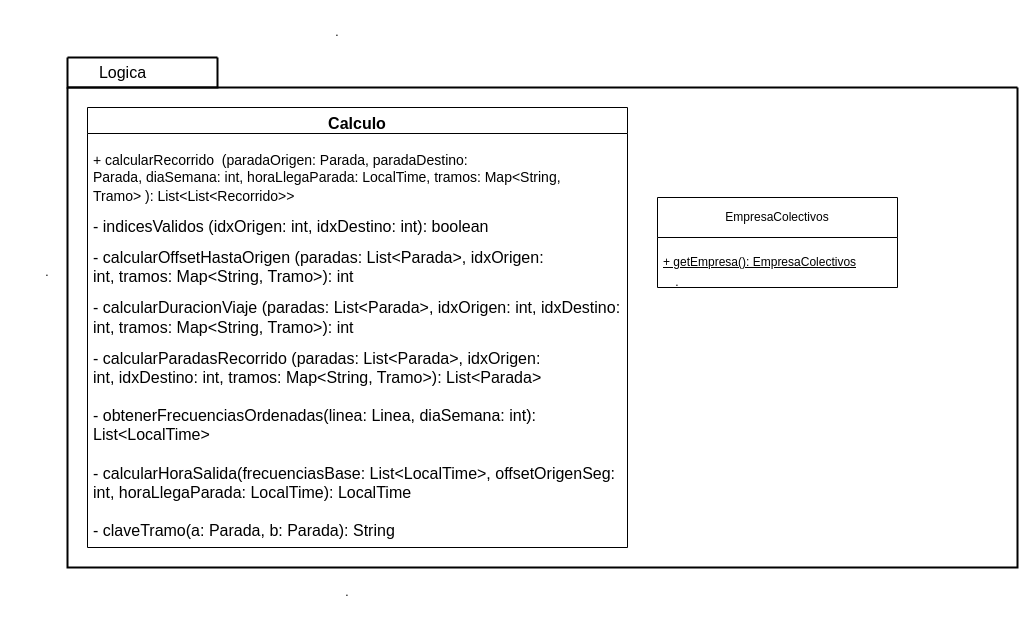
Above: src/colectivo/doc/uml/drawio/colectivo.logica.drawio in AverageZeko/POO-colectivos (draw.io), before the change. Source tidied: cells renumbered, new cells numbered last; positions are measured from the earlier drawing's top-left corner, leaving out a move shared by most shapes. Both pictures are drawn from the tidied source at 100%, with x=0, y=0 at pixel (17, 17).
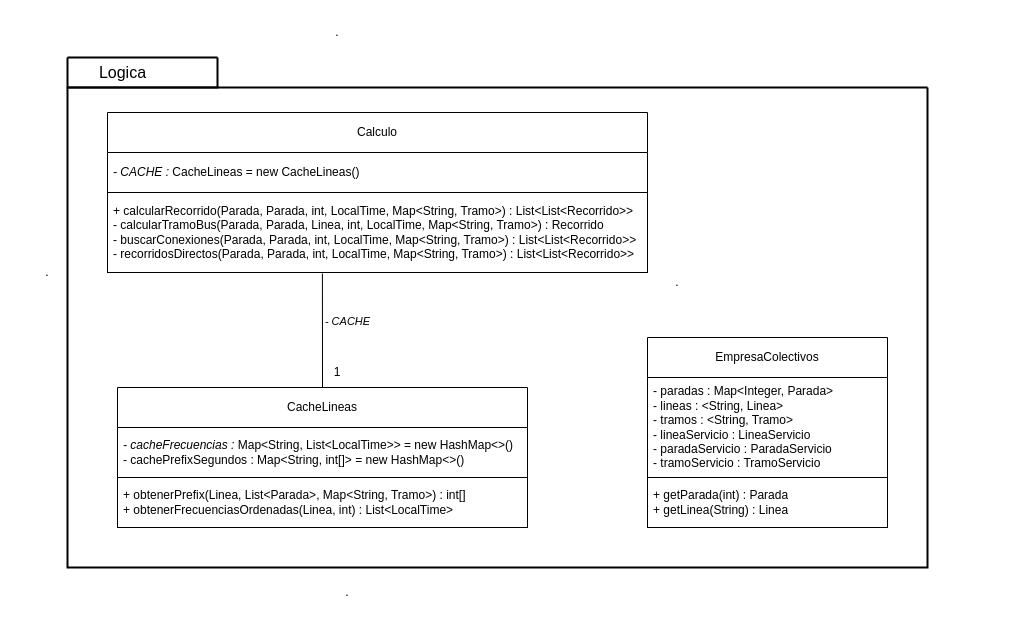
Above is the later version.

The edit, as a diff of the source:
```diff
@@
     <mxCell id="2" style="swimlane;startSize=0;align=center;strokeWidth=2;" parent="1" vertex="1">
-      <mxGeometry x="50" y="70" width="950" height="480" as="geometry" />
+      <mxGeometry x="50" y="70" width="860" height="480" as="geometry" />
     </mxCell>
     <mxCell id="3" value="EmpresaColectivos" style="swimlane;fontStyle=0;horizontal=1;startSize=40;whiteSpace=wrap;html=1;" parent="2" vertex="1">
-      <mxGeometry x="590" y="110" width="240" height="90" as="geometry" />
+      <mxGeometry x="580" y="250" width="240" height="190" as="geometry" />
     </mxCell>
+    <mxCell id="13" value="&lt;div&gt;- paradas : Map&amp;lt;Integer, Parada&amp;gt;&lt;/div&gt;&lt;div&gt;- lineas : &amp;lt;String, Linea&amp;gt;&lt;/div&gt;&lt;div&gt;- tramos : &amp;lt;String, Tramo&amp;gt;&lt;/div&gt;&lt;div&gt;- lineaServicio : LineaServicio&lt;/div&gt;&lt;div&gt;- paradaServicio : ParadaServicio&lt;/div&gt;&lt;div&gt;- tramoServicio : TramoServicio&lt;/div&gt;" style="text;strokeColor=none;fillColor=none;align=left;verticalAlign=middle;spacingLeft=4;spacingRight=4;overflow=hidden;whiteSpace=wrap;html=1;" parent="3" vertex="1">
+      <mxGeometry y="40" width="240" height="100" as="geometry" />
+    </mxCell>
-    <mxCell id="4" value="&lt;div&gt;&lt;u&gt;+ getEmpresa(): EmpresaColectivos&lt;/u&gt;&lt;/div&gt;" style="text;strokeColor=none;fillColor=none;align=left;verticalAlign=middle;spacingLeft=4;spacingRight=4;overflow=hidden;whiteSpace=wrap;html=1;" parent="3" vertex="1">
-      <mxGeometry y="40" width="240" height="50" as="geometry" />
+    <mxCell id="4" value="&lt;div&gt;+ getParada(int) : Parada&lt;/div&gt;&lt;div&gt;+ getLinea(String) : Linea&lt;/div&gt;" style="text;strokeColor=default;fillColor=none;align=left;verticalAlign=middle;spacingLeft=4;spacingRight=4;overflow=hidden;whiteSpace=wrap;html=1;" parent="3" vertex="1">
+      <mxGeometry y="140" width="240" height="50" as="geometry" />
     </mxCell>
+    <mxCell id="7" value="Calculo" style="swimlane;fontStyle=0;horizontal=1;startSize=40;whiteSpace=wrap;html=1;" parent="2" vertex="1">
+      <mxGeometry x="40" y="25" width="540" height="160" as="geometry" />
+    </mxCell>
+    <mxCell id="14" value="&lt;i&gt;- CACHE :&amp;nbsp;&lt;/i&gt;CacheLineas = new CacheLineas()" style="text;strokeColor=none;fillColor=none;align=left;verticalAlign=middle;spacingLeft=4;spacingRight=4;overflow=hidden;whiteSpace=wrap;html=1;" parent="7" vertex="1">
+      <mxGeometry y="40" width="540" height="40" as="geometry" />
+    </mxCell>
+    <mxCell id="15" value="&lt;div&gt;+ calcularRecorrido(Parada, Parada, int, LocalTime, Map&amp;lt;String, Tramo&amp;gt;) : List&amp;lt;List&amp;lt;Recorrido&amp;gt;&amp;gt;&lt;/div&gt;&lt;div&gt;- calcularTramoBus(Parada, Parada, Linea, int, LocalTime, Map&amp;lt;String, Tramo&amp;gt;) : Recorrido&lt;/div&gt;&lt;div&gt;- buscarConexiones(Parada, Parada, int, LocalTime, Map&amp;lt;String, Tramo&amp;gt;) : List&amp;lt;List&amp;lt;Recorrido&amp;gt;&amp;gt;&lt;/div&gt;&lt;div&gt;- recorridosDirectos(Parada, Parada, int, LocalTime, Map&amp;lt;String, Tramo&amp;gt;) :&amp;nbsp;List&amp;lt;List&amp;lt;Recorrido&amp;gt;&amp;gt;&lt;/div&gt;" style="text;strokeColor=default;fillColor=none;align=left;verticalAlign=middle;spacingLeft=4;spacingRight=4;overflow=hidden;points=[[0,0.5],[1,0.5]];portConstraint=eastwest;whiteSpace=wrap;html=1;" parent="7" vertex="1">
+      <mxGeometry y="80" width="540" height="80" as="geometry" />
+    </mxCell>
+    <mxCell id="16" value="CacheLineas" style="swimlane;fontStyle=0;horizontal=1;startSize=40;whiteSpace=wrap;html=1;" parent="2" vertex="1">
+      <mxGeometry x="50" y="300" width="410" height="140" as="geometry" />
+    </mxCell>
+    <mxCell id="17" value="&lt;div&gt;&lt;i&gt;- cacheFrecuencias :&amp;nbsp;&lt;/i&gt;Map&amp;lt;String, List&amp;lt;LocalTime&amp;gt;&amp;gt; = new HashMap&amp;lt;&amp;gt;()&lt;/div&gt;&lt;div&gt;- cachePrefixSegundos : Map&amp;lt;String, int[]&amp;gt;&amp;nbsp;= new HashMap&amp;lt;&amp;gt;()&lt;/div&gt;" style="text;strokeColor=none;fillColor=none;align=left;verticalAlign=middle;spacingLeft=4;spacingRight=4;overflow=hidden;whiteSpace=wrap;html=1;" parent="16" vertex="1">
+      <mxGeometry y="40" width="410" height="50" as="geometry" />
+    </mxCell>
+    <mxCell id="18" value="&lt;div&gt;+ obtenerPrefix(Linea, List&amp;lt;Parada&amp;gt;, Map&amp;lt;String, Tramo&amp;gt;) : int[]&lt;/div&gt;&lt;div&gt;+ obtenerFrecuenciasOrdenadas(Linea, int) : List&amp;lt;LocalTime&amp;gt;&lt;/div&gt;" style="text;strokeColor=default;fillColor=none;align=left;verticalAlign=middle;spacingLeft=4;spacingRight=4;overflow=hidden;whiteSpace=wrap;html=1;" parent="16" vertex="1">
+      <mxGeometry y="90" width="410" height="50" as="geometry" />
+    </mxCell>
+    <mxCell id="19" style="endArrow=none;html=1;rounded=0;exitX=0.5;exitY=0;exitDx=0;exitDy=0;entryX=0.398;entryY=1.013;entryDx=0;entryDy=0;entryPerimeter=0;endFill=0;" parent="2" edge="1" source="16" target="15">
+      <mxGeometry relative="1" as="geometry" />
+    </mxCell>
+    <mxCell id="20" value="&lt;i&gt;- CACHE&lt;/i&gt;" style="edgeLabel;html=1;align=center;verticalAlign=middle;" parent="19" vertex="1">
+      <mxGeometry x="0.16" y="-2" relative="1" as="geometry">
+        <mxPoint x="23" as="offset" />
+      </mxGeometry>
+    </mxCell>
@@
-    <mxCell id="7" value="&lt;font style=&quot;font-size: 16px;&quot;&gt;Calculo&lt;/font&gt;" style="swimlane;fontStyle=1;align=center;verticalAlign=top;horizontal=1;startSize=26;whiteSpace=wrap;html=1;" parent="1" vertex="1">
-      <mxGeometry x="70" y="90" width="540" height="440" as="geometry" />
-    </mxCell>
-    <mxCell id="8" value="&lt;p class=&quot;MsoNormal&quot;&gt;&lt;font style=&quot;font-size: 14px;&quot;&gt;+ calcularRecorrido&amp;nbsp; (paradaOrigen: Parada, paradaDestino:&lt;br&gt;Parada, diaSemana: int, horaLlegaParada: LocalTime, tramos: Map&amp;lt;String,&lt;br&gt;Tramo&amp;gt; ): List&amp;lt;List&amp;lt;Recorrido&amp;gt;&amp;gt;&amp;nbsp;&lt;/font&gt;&lt;font size=&quot;3&quot;&gt;&lt;br&gt;&lt;/font&gt;&lt;/p&gt;&lt;p class=&quot;MsoNormal&quot;&gt;&lt;font size=&quot;3&quot;&gt;- indicesValidos (&lt;span style=&quot;background-color: transparent; color: light-dark(rgb(0, 0, 0), rgb(255, 255, 255));&quot;&gt;idxOrigen: int,&amp;nbsp;&lt;/span&gt;&lt;span style=&quot;background-color: transparent; color: light-dark(rgb(0, 0, 0), rgb(255, 255, 255));&quot;&gt;idxDestino: int&lt;/span&gt;&lt;span style=&quot;background-color: transparent; color: light-dark(rgb(0, 0, 0), rgb(255, 255, 255));&quot;&gt;): boolean&lt;/span&gt;&lt;/font&gt;&lt;/p&gt;&lt;p class=&quot;MsoNormal&quot;&gt;&lt;font size=&quot;3&quot;&gt;- calcularOffsetHastaOrigen (&lt;span style=&quot;background-color: transparent; color: light-dark(rgb(0, 0, 0), rgb(255, 255, 255));&quot;&gt;paradas: List&amp;lt;Parada&amp;gt;,&amp;nbsp;&lt;/span&gt;&lt;span style=&quot;background-color: transparent; color: light-dark(rgb(0, 0, 0), rgb(255, 255, 255));&quot;&gt;idxOrigen: int,&amp;nbsp;&lt;/span&gt;&lt;span style=&quot;background-color: transparent; color: light-dark(rgb(0, 0, 0), rgb(255, 255, 255));&quot;&gt;tramos: Map&amp;lt;String, Tramo&amp;gt;&lt;/span&gt;&lt;span style=&quot;background-color: transparent; color: light-dark(rgb(0, 0, 0), rgb(255, 255, 255));&quot;&gt;): int&lt;/span&gt;&lt;span style=&quot;background-color: transparent; color: light-dark(rgb(0, 0, 0), rgb(255, 255, 255));&quot;&gt;&amp;nbsp;&lt;/span&gt;&lt;/font&gt;&lt;/p&gt;&lt;p class=&quot;MsoNormal&quot;&gt;&lt;font size=&quot;3&quot;&gt;- calcularDuracionViaje (&lt;span style=&quot;background-color: transparent; color: light-dark(rgb(0, 0, 0), rgb(255, 255, 255));&quot;&gt;paradas: List&amp;lt;Parada&amp;gt;,&amp;nbsp;&lt;/span&gt;&lt;span style=&quot;background-color: transparent; color: light-dark(rgb(0, 0, 0), rgb(255, 255, 255));&quot;&gt;idxOrigen: int,&amp;nbsp;&lt;/span&gt;&lt;span style=&quot;background-color: transparent; color: light-dark(rgb(0, 0, 0), rgb(255, 255, 255));&quot;&gt;idxDestino: int,&amp;nbsp;&lt;/span&gt;&lt;span style=&quot;background-color: transparent; color: light-dark(rgb(0, 0, 0), rgb(255, 255, 255));&quot;&gt;tramos: Map&amp;lt;String, Tramo&amp;gt;&lt;/span&gt;&lt;span style=&quot;background-color: transparent; color: light-dark(rgb(0, 0, 0), rgb(255, 255, 255));&quot;&gt;): int&lt;/span&gt;&lt;/font&gt;&lt;/p&gt;&lt;div&gt;&lt;div&gt;&lt;font size=&quot;3&quot;&gt;- calcularParadasRecorrido (&lt;span style=&quot;background-color: transparent; color: light-dark(rgb(0, 0, 0), rgb(255, 255, 255));&quot;&gt;paradas: List&amp;lt;Parada&amp;gt;,&amp;nbsp;&lt;/span&gt;&lt;span style=&quot;background-color: transparent; color: light-dark(rgb(0, 0, 0), rgb(255, 255, 255));&quot;&gt;idxOrigen: int,&amp;nbsp;&lt;/span&gt;&lt;span style=&quot;background-color: transparent; color: light-dark(rgb(0, 0, 0), rgb(255, 255, 255));&quot;&gt;idxDestino: int,&amp;nbsp;&lt;/span&gt;&lt;span style=&quot;background-color: transparent; color: light-dark(rgb(0, 0, 0), rgb(255, 255, 255));&quot;&gt;tramos: Map&amp;lt;String, Tramo&amp;gt;&lt;/span&gt;&lt;span style=&quot;background-color: transparent; color: light-dark(rgb(0, 0, 0), rgb(255, 255, 255));&quot;&gt;): List&amp;lt;Parada&amp;gt;&lt;/span&gt;&lt;/font&gt;&lt;/div&gt;&lt;/div&gt;&lt;div&gt;&lt;span style=&quot;background-color: transparent; color: light-dark(rgb(0, 0, 0), rgb(255, 255, 255));&quot;&gt;&lt;font size=&quot;3&quot;&gt;&lt;br&gt;&lt;/font&gt;&lt;/span&gt;&lt;/div&gt;&lt;div&gt;&lt;span style=&quot;background-color: transparent;&quot;&gt;&lt;div style=&quot;&quot;&gt;&lt;font size=&quot;3&quot;&gt;- obtenerFrecuenciasOrdenadas(&lt;span style=&quot;background-color: transparent; color: light-dark(rgb(0, 0, 0), rgb(255, 255, 255));&quot;&gt;linea: Linea,&amp;nbsp;&lt;/span&gt;&lt;span style=&quot;background-color: transparent; color: light-dark(rgb(0, 0, 0), rgb(255, 255, 255));&quot;&gt;diaSemana: int)&lt;/span&gt;&lt;/font&gt;&lt;span style=&quot;background-color: transparent;&quot;&gt;&lt;font size=&quot;3&quot;&gt;: List&amp;lt;LocalTime&amp;gt;&lt;/font&gt;&lt;/span&gt;&lt;/div&gt;&lt;div style=&quot;&quot;&gt;&lt;span style=&quot;background-color: transparent;&quot;&gt;&lt;font size=&quot;3&quot;&gt;&lt;font color=&quot;rgba(237, 237, 237, 0)&quot;&gt;&lt;br&gt;&lt;/font&gt;&lt;/font&gt;&lt;div style=&quot;color: light-dark(rgb(0, 0, 0), rgb(255, 255, 255));&quot;&gt;&lt;font size=&quot;3&quot;&gt;- calcularHoraSalida(&lt;span style=&quot;background-color: transparent; color: light-dark(rgb(0, 0, 0), rgb(255, 255, 255));&quot;&gt;frecuenciasBase: List&amp;lt;LocalTime&amp;gt;,&amp;nbsp;&lt;/span&gt;&lt;span style=&quot;background-color: transparent; color: light-dark(rgb(0, 0, 0), rgb(255, 255, 255));&quot;&gt;offsetOrigenSeg: int,&amp;nbsp;&lt;/span&gt;&lt;span style=&quot;background-color: transparent; color: light-dark(rgb(0, 0, 0), rgb(255, 255, 255));&quot;&gt;horaLlegaParada: LocalTime&lt;/span&gt;&lt;span style=&quot;background-color: transparent; color: light-dark(rgb(0, 0, 0), rgb(255, 255, 255));&quot;&gt;): LocalTime&lt;/span&gt;&lt;/font&gt;&lt;/div&gt;&lt;div style=&quot;color: light-dark(rgb(0, 0, 0), rgb(255, 255, 255));&quot;&gt;&lt;span style=&quot;background-color: transparent; color: light-dark(rgb(0, 0, 0), rgb(255, 255, 255));&quot;&gt;&lt;font size=&quot;3&quot;&gt;&lt;br&gt;&lt;/font&gt;&lt;/span&gt;&lt;/div&gt;&lt;div style=&quot;&quot;&gt;&lt;span style=&quot;background-color: transparent;&quot;&gt;&lt;div style=&quot;&quot;&gt;&lt;font size=&quot;3&quot;&gt;&lt;span style=&quot;background-color: transparent; color: light-dark(rgb(0, 0, 0), rgb(255, 255, 255));&quot;&gt;- claveTramo(&lt;/span&gt;&lt;span style=&quot;background-color: transparent; color: light-dark(rgb(0, 0, 0), rgb(255, 255, 255));&quot;&gt;a: Parada,&amp;nbsp;&lt;/span&gt;&lt;span style=&quot;background-color: transparent; color: light-dark(rgb(0, 0, 0), rgb(255, 255, 255));&quot;&gt;b: Parada&lt;/span&gt;&lt;span style=&quot;background-color: transparent; color: light-dark(rgb(0, 0, 0), rgb(255, 255, 255));&quot;&gt;): String&lt;/span&gt;&lt;/font&gt;&lt;/div&gt;&lt;/span&gt;&lt;/div&gt;&lt;div style=&quot;color: light-dark(rgb(0, 0, 0), rgb(255, 255, 255));&quot;&gt;&lt;span style=&quot;background-color: transparent; color: light-dark(rgb(0, 0, 0), rgb(255, 255, 255));&quot;&gt;&lt;br&gt;&lt;/span&gt;&lt;/div&gt;&lt;div style=&quot;color: light-dark(rgb(0, 0, 0), rgb(255, 255, 255));&quot;&gt;&lt;span style=&quot;background-color: transparent; color: light-dark(rgb(0, 0, 0), rgb(255, 255, 255));&quot;&gt;&lt;br&gt;&lt;/span&gt;&lt;/div&gt;&lt;div style=&quot;color: light-dark(rgb(0, 0, 0), rgb(255, 255, 255));&quot;&gt;&lt;span style=&quot;background-color: transparent; color: light-dark(rgb(0, 0, 0), rgb(255, 255, 255));&quot;&gt;&lt;br&gt;&lt;/span&gt;&lt;/div&gt;&lt;div style=&quot;color: light-dark(rgb(0, 0, 0), rgb(255, 255, 255));&quot;&gt;&lt;span style=&quot;background-color: transparent; color: light-dark(rgb(0, 0, 0), rgb(255, 255, 255));&quot;&gt;&lt;br&gt;&lt;/span&gt;&lt;/div&gt;&lt;/span&gt;&lt;/div&gt;&lt;/span&gt;&lt;/div&gt;" style="text;strokeColor=none;fillColor=none;align=left;verticalAlign=top;spacingLeft=4;spacingRight=4;overflow=hidden;whiteSpace=wrap;html=1;" parent="7" vertex="1">
-      <mxGeometry y="26" width="540" height="414" as="geometry" />
-    </mxCell>
@@
+    <mxCell id="21" value="1" style="text;html=1;whiteSpace=wrap;strokeColor=none;fillColor=none;align=center;verticalAlign=middle;rounded=0;" parent="1" vertex="1">
+      <mxGeometry x="290" y="340" width="60" height="30" as="geometry" />
+    </mxCell>
```
